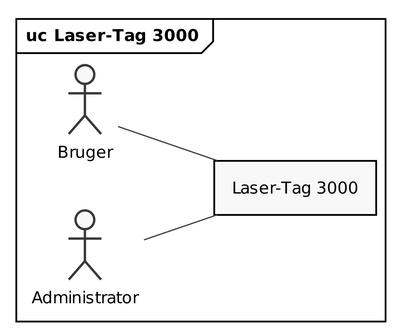
The PlantUML diagram PlantUML/ac_diagram.png in LasseKrarup/Laser-Tag-Project, before a commit. Its diagram source:
```plantuml
@startuml ac_diagram

left to right direction

skinparam {
    monochrome true
    dpi 300
    padding 5
    packageStyle rectangle
    packageStyle frame
    shadowing false
}

frame "uc Laser-Tag 3000" {

    actor Bruger as user
    actor Administrator as admin
    rectangle "Laser-Tag 3000" as lasertag

    user -- lasertag
    admin -- lasertag
}

@enduml
```
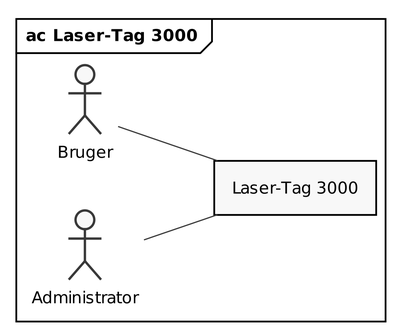
Above is the later version.

Change to the diagram source:
```diff
@@ -11,7 +11,7 @@
     shadowing false
 }
 
-frame "uc Laser-Tag 3000" {
+frame "ac Laser-Tag 3000" {
 
     actor Bruger as user
     actor Administrator as admin
```
